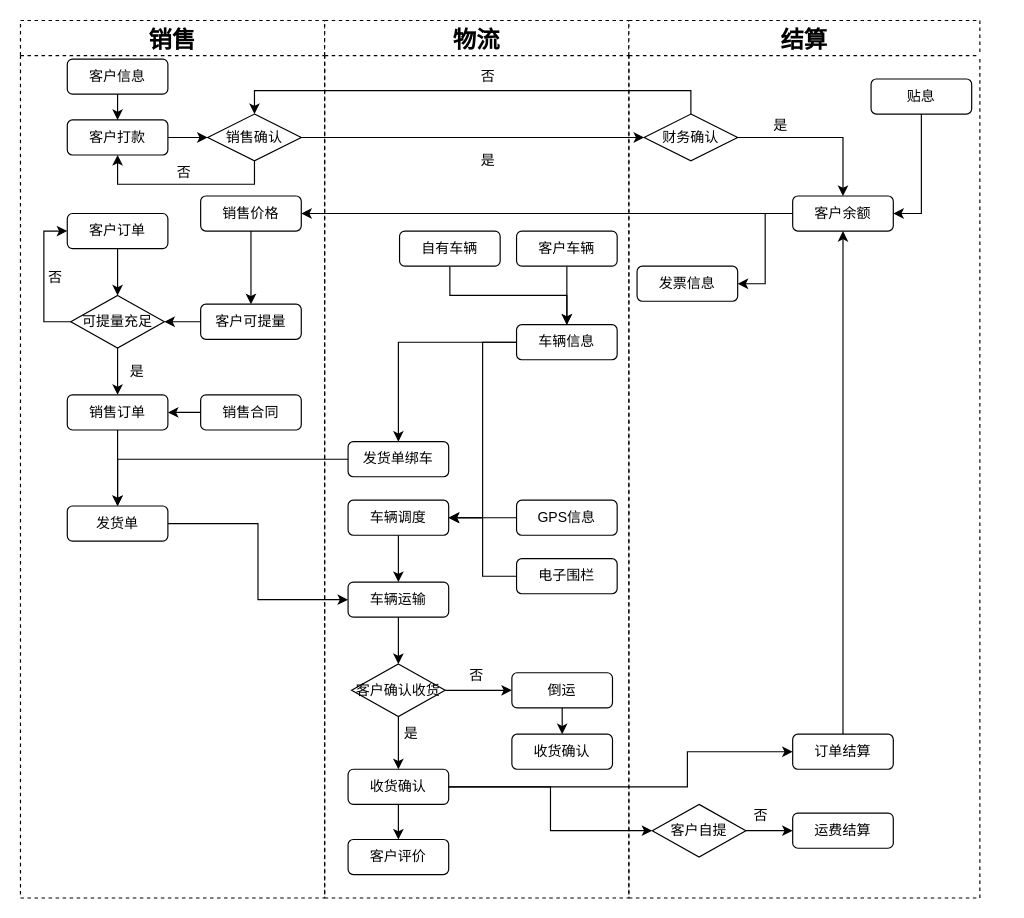
Before: 东方申易业务流程图.drawio in NapChen/NapChen.github.io, a draw.io diagram. Source tidied: cells renumbered, new cells numbered last; positions are measured from the earlier drawing's top-left corner, leaving out a move shared by most shapes. Both pictures are drawn from the tidied source at 117%, with x=0, y=0 at pixel (20, 20).
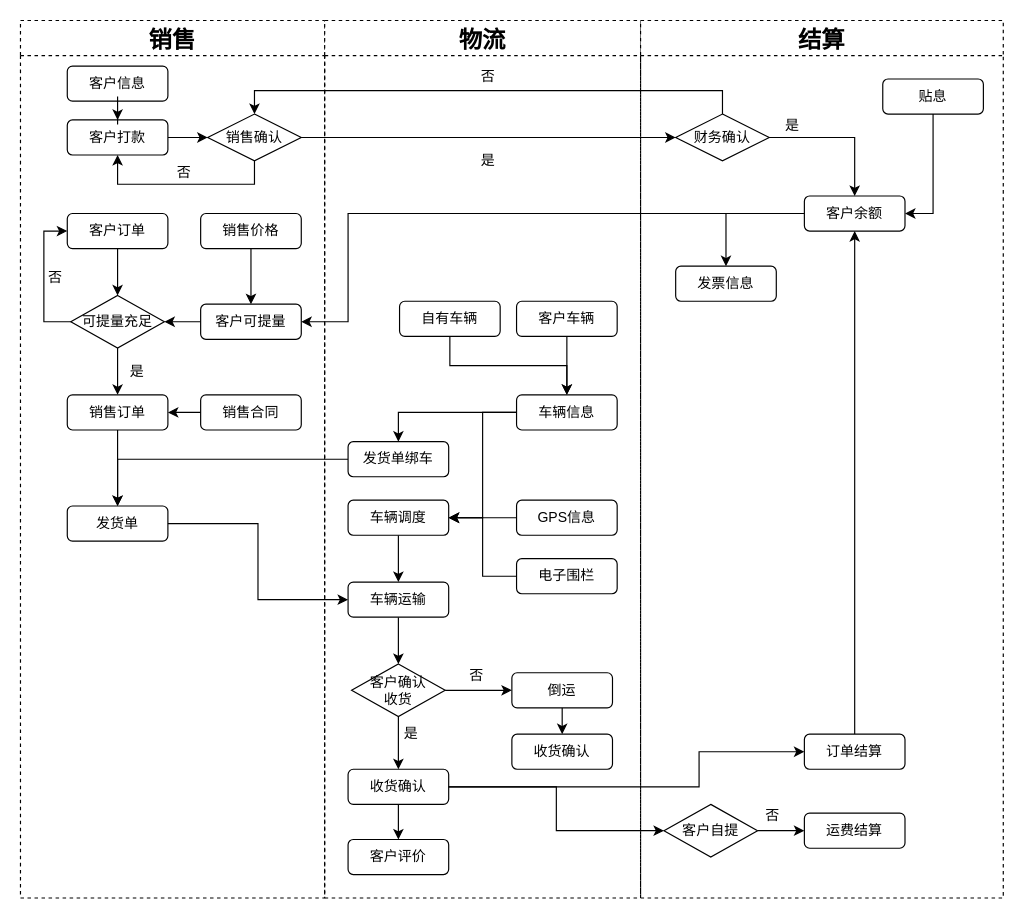
Above is the later version.

Commit message:
Update 东方申易业务流程图.drawio

The change refers to these unchanged cells:
```xml
<mxCell id="4" value="销售" style="swimlane;dashed=1;startSize=30;fontSize=20;" parent="1" vertex="1">
  <mxGeometry width="260" height="750" as="geometry" />
</mxCell>
<mxCell id="9" value="客户可提量" style="rounded=1;whiteSpace=wrap;html=1;" parent="4" vertex="1">
  <mxGeometry x="154" y="242.5" width="86" height="30" as="geometry" />
</mxCell>
<mxCell id="28" value="收货确认" style="rounded=1;whiteSpace=wrap;html=1;" parent="19" vertex="1">
  <mxGeometry x="20" y="640" width="86" height="30" as="geometry" />
</mxCell>
<mxCell id="43" value="客户余额" style="rounded=1;whiteSpace=wrap;html=1;" parent="41" vertex="1">
  <mxGeometry x="140" y="150" width="86" height="30" as="geometry" />
</mxCell>
<mxCell id="49" value="订单结算" style="rounded=1;whiteSpace=wrap;html=1;" parent="41" vertex="1">
  <mxGeometry x="140" y="610" width="86" height="30" as="geometry" />
</mxCell>
```

What changed in the source:
```diff
@@
     <mxCell id="12" value="客户信息" style="rounded=1;whiteSpace=wrap;html=1;" parent="4" vertex="1">
-      <mxGeometry x="40" y="33" width="86" height="30" as="geometry" />
+      <mxGeometry x="40" y="39" width="86" height="30" as="geometry" />
     </mxCell>
@@
     <mxCell id="17" value="销售价格" style="rounded=1;whiteSpace=wrap;html=1;" parent="4" vertex="1">
-      <mxGeometry x="154" y="150" width="86" height="30" as="geometry" />
+      <mxGeometry x="154" y="165" width="86" height="30" as="geometry" />
     </mxCell>
@@
     <mxCell id="19" value="物流" style="swimlane;dashed=1;startSize=30;fontSize=20;" parent="1" vertex="1">
-      <mxGeometry x="260" width="260" height="750" as="geometry" />
+      <mxGeometry x="260" width="270" height="750" as="geometry" />
     </mxCell>
     <mxCell id="20" value="车辆信息" style="rounded=1;whiteSpace=wrap;html=1;" parent="19" vertex="1">
-      <mxGeometry x="164" y="260" width="86" height="30" as="geometry" />
+      <mxGeometry x="164" y="320" width="86" height="30" as="geometry" />
     </mxCell>
@@
-    <mxCell id="30" value="客户确认收货" style="rhombus;whiteSpace=wrap;html=1;" parent="19" vertex="1">
+    <mxCell id="30" value="客户确认&lt;br&gt;收货" style="rhombus;whiteSpace=wrap;html=1;" parent="19" vertex="1">
       <mxGeometry x="23" y="550" width="80" height="45" as="geometry" />
     </mxCell>
@@
     <mxCell id="38" value="自有车辆" style="rounded=1;whiteSpace=wrap;html=1;" parent="19" vertex="1">
-      <mxGeometry x="64" y="180" width="86" height="30" as="geometry" />
+      <mxGeometry x="64" y="240" width="86" height="30" as="geometry" />
     </mxCell>
@@
     <mxCell id="40" value="客户车辆" style="rounded=1;whiteSpace=wrap;html=1;" parent="19" vertex="1">
-      <mxGeometry x="164" y="180" width="86" height="30" as="geometry" />
+      <mxGeometry x="164" y="240" width="86" height="30" as="geometry" />
     </mxCell>
     <mxCell id="41" value="结算" style="swimlane;dashed=1;startSize=30;fontSize=20;" parent="1" vertex="1">
-      <mxGeometry x="520" width="300" height="750" as="geometry" />
+      <mxGeometry x="530" width="310" height="750" as="geometry" />
     </mxCell>
-    <mxCell id="42" style="edgeStyle=orthogonalEdgeStyle;rounded=0;jettySize=auto;html=1;entryX=1;entryY=0.5;entryDx=0;entryDy=0;" parent="41" edge="1" source="43" target="52">
+    <mxCell id="42" style="edgeStyle=orthogonalEdgeStyle;rounded=0;jettySize=auto;html=1;entryX=0.5;entryY=0;entryDx=0;entryDy=0;" parent="41" edge="1" source="43" target="52">
       <mxGeometry relative="1" as="geometry" />
     </mxCell>
@@
     <mxCell id="45" value="财务确认" style="rhombus;whiteSpace=wrap;html=1;" parent="41" vertex="1">
-      <mxGeometry x="13" y="80" width="80" height="40" as="geometry" />
+      <mxGeometry x="30" y="80" width="80" height="40" as="geometry" />
     </mxCell>
@@
     <mxCell id="52" value="发票信息" style="rounded=1;whiteSpace=wrap;html=1;" parent="41" vertex="1">
-      <mxGeometry x="7" y="210" width="86" height="30" as="geometry" />
+      <mxGeometry x="30" y="210" width="86" height="30" as="geometry" />
     </mxCell>
@@
     <mxCell id="72" style="edgeStyle=orthogonalEdgeStyle;rounded=0;jettySize=auto;html=1;entryX=0;entryY=0.5;entryDx=0;entryDy=0;" parent="1" edge="1" source="28" target="49">
       <mxGeometry relative="1" as="geometry">
         <Array as="points">
-          <mxPoint x="570" y="655" />
-          <mxPoint x="570" y="625" />
+          <mxPoint x="580" y="655" />
+          <mxPoint x="580" y="625" />
         </Array>
       </mxGeometry>
     </mxCell>
@@
-    <mxCell id="77" style="edgeStyle=orthogonalEdgeStyle;rounded=0;jettySize=auto;html=1;entryX=1;entryY=0.5;entryDx=0;entryDy=0;" parent="1" edge="1" source="43" target="17">
-      <mxGeometry relative="1" as="geometry" />
+    <mxCell id="77" style="edgeStyle=orthogonalEdgeStyle;rounded=0;jettySize=auto;html=1;entryX=1;entryY=0.5;entryDx=0;entryDy=0;" parent="1" edge="1" source="43" target="9">
+      <mxGeometry relative="1" as="geometry">
+        <Array as="points">
+          <mxPoint x="280" y="165" />
+          <mxPoint x="280" y="258" />
+        </Array>
+      </mxGeometry>
     </mxCell>
```
